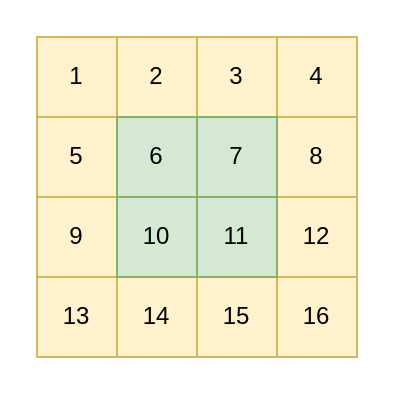
As-The-Wind/game-of-life-4-4 keeps this draw.io diagram as 格子.drawio. Above is the earlier version. Source tidied: cells renumbered, new cells numbered last; positions are measured from the earlier drawing's top-left corner, leaving out a move shared by most shapes. Both pictures are drawn from the tidied source at 200%, with x=0, y=0 at pixel (36, 36).
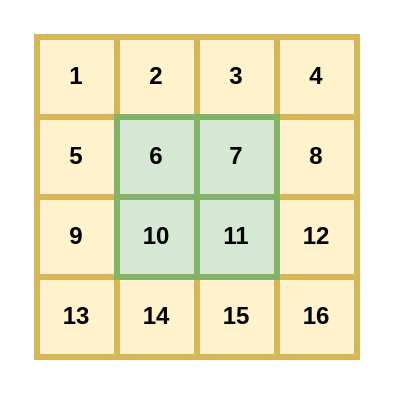
The same diagram, later.

What changed in the source:
```diff
@@
 <mxGraphModel>
   <root>
     <mxCell id="0" />
     <mxCell id="1" parent="0" />
-    <mxCell id="2" value="13" style="rounded=0;whiteSpace=wrap;html=1;fillColor=#fff2cc;strokeColor=#d6b656;" parent="1" vertex="1">
+    <mxCell id="2" value="13" style="rounded=0;whiteSpace=wrap;html=1;fillColor=#fff2cc;strokeColor=#d6b656;strokeWidth=3;fontStyle=1;" parent="1" vertex="1">
       <mxGeometry y="120" width="40" height="40" as="geometry" />
     </mxCell>
-    <mxCell id="3" value="1" style="rounded=0;whiteSpace=wrap;html=1;fillColor=#fff2cc;strokeColor=#d6b656;" parent="1" vertex="1">
+    <mxCell id="3" value="1" style="rounded=0;whiteSpace=wrap;html=1;fillColor=#fff2cc;strokeColor=#d6b656;strokeWidth=3;fontStyle=1;" parent="1" vertex="1">
       <mxGeometry width="40" height="40" as="geometry" />
     </mxCell>
-    <mxCell id="4" value="5" style="rounded=0;whiteSpace=wrap;html=1;fillColor=#fff2cc;strokeColor=#d6b656;" parent="1" vertex="1">
+    <mxCell id="4" value="5" style="rounded=0;whiteSpace=wrap;html=1;fillColor=#fff2cc;strokeColor=#d6b656;strokeWidth=3;fontStyle=1;" parent="1" vertex="1">
       <mxGeometry y="40" width="40" height="40" as="geometry" />
     </mxCell>
-    <mxCell id="5" value="9" style="rounded=0;whiteSpace=wrap;html=1;fillColor=#fff2cc;strokeColor=#d6b656;" parent="1" vertex="1">
+    <mxCell id="5" value="9" style="rounded=0;whiteSpace=wrap;html=1;fillColor=#fff2cc;strokeColor=#d6b656;strokeWidth=3;fontStyle=1;" parent="1" vertex="1">
       <mxGeometry y="80" width="40" height="40" as="geometry" />
     </mxCell>
-    <mxCell id="6" value="16" style="rounded=0;whiteSpace=wrap;html=1;fillColor=#fff2cc;strokeColor=#d6b656;" parent="1" vertex="1">
+    <mxCell id="6" value="16" style="rounded=0;whiteSpace=wrap;html=1;fillColor=#fff2cc;strokeColor=#d6b656;strokeWidth=3;fontStyle=1;" parent="1" vertex="1">
       <mxGeometry x="120" y="120" width="40" height="40" as="geometry" />
     </mxCell>
-    <mxCell id="7" value="14" style="rounded=0;whiteSpace=wrap;html=1;fillColor=#fff2cc;strokeColor=#d6b656;" parent="1" vertex="1">
+    <mxCell id="7" value="14" style="rounded=0;whiteSpace=wrap;html=1;fillColor=#fff2cc;strokeColor=#d6b656;strokeWidth=3;fontStyle=1;" parent="1" vertex="1">
       <mxGeometry x="40" y="120" width="40" height="40" as="geometry" />
     </mxCell>
-    <mxCell id="8" value="15" style="rounded=0;whiteSpace=wrap;html=1;fillColor=#fff2cc;strokeColor=#d6b656;" parent="1" vertex="1">
+    <mxCell id="8" value="15" style="rounded=0;whiteSpace=wrap;html=1;fillColor=#fff2cc;strokeColor=#d6b656;strokeWidth=3;fontStyle=1;" parent="1" vertex="1">
       <mxGeometry x="80" y="120" width="40" height="40" as="geometry" />
     </mxCell>
-    <mxCell id="9" value="4" style="rounded=0;whiteSpace=wrap;html=1;fillColor=#fff2cc;strokeColor=#d6b656;" parent="1" vertex="1">
+    <mxCell id="9" value="4" style="rounded=0;whiteSpace=wrap;html=1;fillColor=#fff2cc;strokeColor=#d6b656;strokeWidth=3;fontStyle=1;" parent="1" vertex="1">
       <mxGeometry x="120" width="40" height="40" as="geometry" />
     </mxCell>
-    <mxCell id="10" value="8" style="rounded=0;whiteSpace=wrap;html=1;fillColor=#fff2cc;strokeColor=#d6b656;" parent="1" vertex="1">
+    <mxCell id="10" value="8" style="rounded=0;whiteSpace=wrap;html=1;fillColor=#fff2cc;strokeColor=#d6b656;strokeWidth=3;fontStyle=1;" parent="1" vertex="1">
       <mxGeometry x="120" y="40" width="40" height="40" as="geometry" />
     </mxCell>
-    <mxCell id="11" value="12" style="rounded=0;whiteSpace=wrap;html=1;fillColor=#fff2cc;strokeColor=#d6b656;" parent="1" vertex="1">
+    <mxCell id="11" value="12" style="rounded=0;whiteSpace=wrap;html=1;fillColor=#fff2cc;strokeColor=#d6b656;strokeWidth=3;fontStyle=1;" parent="1" vertex="1">
       <mxGeometry x="120" y="80" width="40" height="40" as="geometry" />
     </mxCell>
-    <mxCell id="12" value="2" style="rounded=0;whiteSpace=wrap;html=1;fillColor=#fff2cc;strokeColor=#d6b656;" parent="1" vertex="1">
+    <mxCell id="12" value="2" style="rounded=0;whiteSpace=wrap;html=1;fillColor=#fff2cc;strokeColor=#d6b656;strokeWidth=3;fontStyle=1;" parent="1" vertex="1">
       <mxGeometry x="40" width="40" height="40" as="geometry" />
     </mxCell>
-    <mxCell id="13" value="3" style="rounded=0;whiteSpace=wrap;html=1;fillColor=#fff2cc;strokeColor=#d6b656;" parent="1" vertex="1">
+    <mxCell id="13" value="3" style="rounded=0;whiteSpace=wrap;html=1;fillColor=#fff2cc;strokeColor=#d6b656;strokeWidth=3;fontStyle=1;" parent="1" vertex="1">
       <mxGeometry x="80" width="40" height="40" as="geometry" />
     </mxCell>
-    <mxCell id="14" value="6" style="rounded=0;whiteSpace=wrap;html=1;fillColor=#d5e8d4;strokeColor=#82b366;" parent="1" vertex="1">
+    <mxCell id="14" value="6" style="rounded=0;whiteSpace=wrap;html=1;fillColor=#d5e8d4;strokeColor=#82b366;strokeWidth=3;fontStyle=1;" parent="1" vertex="1">
       <mxGeometry x="40" y="40" width="40" height="40" as="geometry" />
     </mxCell>
-    <mxCell id="15" value="7" style="rounded=0;whiteSpace=wrap;html=1;fillColor=#d5e8d4;strokeColor=#82b366;" parent="1" vertex="1">
+    <mxCell id="15" value="7" style="rounded=0;whiteSpace=wrap;html=1;fillColor=#d5e8d4;strokeColor=#82b366;strokeWidth=3;fontStyle=1;" parent="1" vertex="1">
       <mxGeometry x="80" y="40" width="40" height="40" as="geometry" />
     </mxCell>
-    <mxCell id="16" value="10" style="rounded=0;whiteSpace=wrap;html=1;fillColor=#d5e8d4;strokeColor=#82b366;" parent="1" vertex="1">
+    <mxCell id="16" value="10" style="rounded=0;whiteSpace=wrap;html=1;fillColor=#d5e8d4;strokeColor=#82b366;strokeWidth=3;fontStyle=1;" parent="1" vertex="1">
       <mxGeometry x="40" y="80" width="40" height="40" as="geometry" />
     </mxCell>
-    <mxCell id="17" value="11" style="rounded=0;whiteSpace=wrap;html=1;fillColor=#d5e8d4;strokeColor=#82b366;" parent="1" vertex="1">
+    <mxCell id="17" value="11" style="rounded=0;whiteSpace=wrap;html=1;fillColor=#d5e8d4;strokeColor=#82b366;strokeWidth=3;fontStyle=1;" parent="1" vertex="1">
       <mxGeometry x="80" y="80" width="40" height="40" as="geometry" />
     </mxCell>
   </root>
 </mxGraphModel>
```
